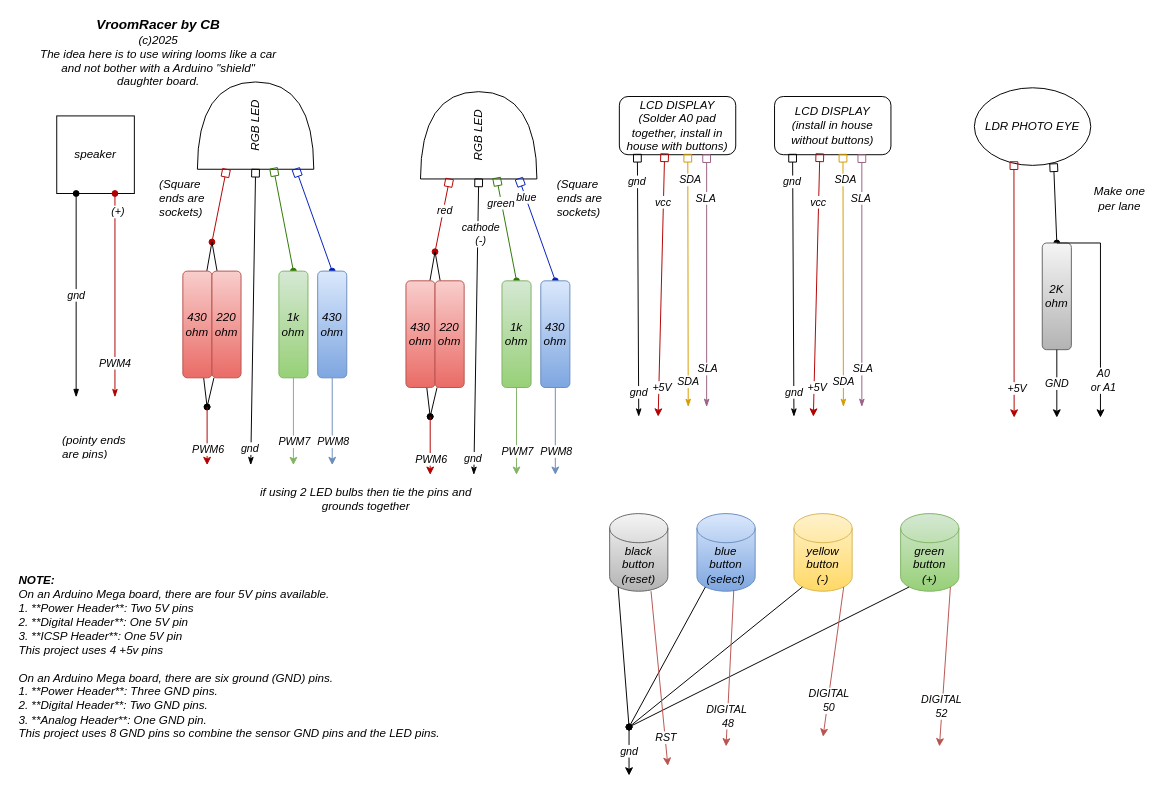
VroomDev/VroomRacer keeps this draw.io diagram as wiringlooms.drawio. Above is the earlier version. Source tidied: cells renumbered, new cells numbered last; positions are measured from the earlier drawing's top-left corner, leaving out a move shared by most shapes. Both pictures are drawn from the tidied source at 97%, with x=0, y=0 at pixel (16, 38).
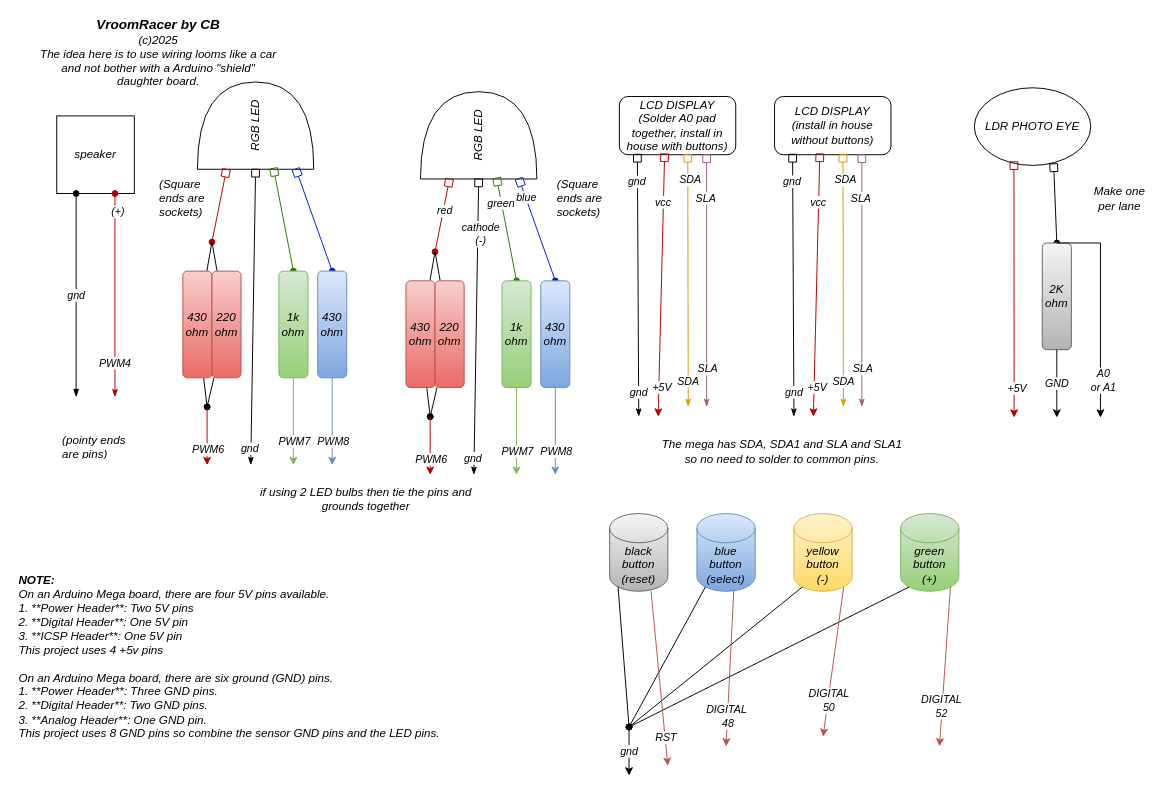
Above is the later version.

Diff of the diagram source:
```diff
@@
+    <mxCell id="109" value="The mega has SDA, SDA1 and SLA and SLA1&lt;div&gt;so no need to solder to common pins.&lt;/div&gt;" style="text;html=1;align=center;verticalAlign=middle;whiteSpace=wrap;rounded=0;fontStyle=2;" parent="1" vertex="1">
+      <mxGeometry x="651" y="411" width="276" height="30" as="geometry" />
+    </mxCell>
```
